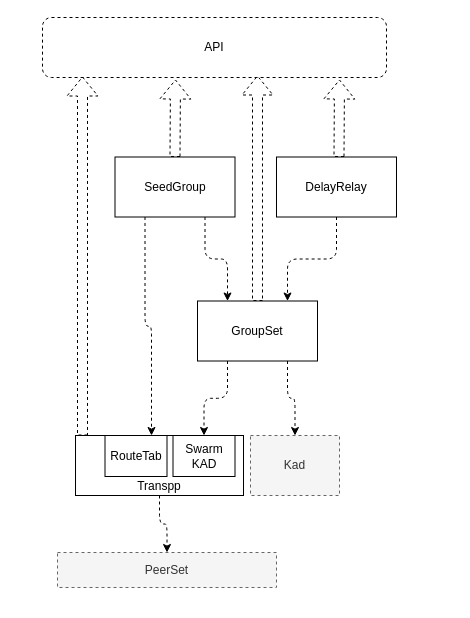
plotozhu/PynxDoc keeps this draw.io diagram as page "Page-5" (5 of 9) of 设计说明/system.drawio. Above is the earlier version. Source tidied: cells renumbered, new cells numbered last; positions are measured from the earlier drawing's top-left corner, leaving out a move shared by most shapes. Both pictures are drawn from the tidied source at 100%, with x=0, y=0 at pixel (42, 17).
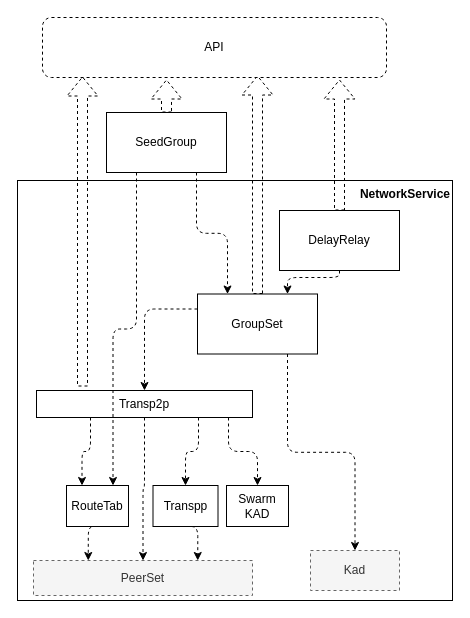
The same diagram, later.

Change to the diagram source:
```diff
@@
+    <mxCell id="21" value="NetworkService" style="rounded=0;whiteSpace=wrap;html=1;fontStyle=1;align=right;verticalAlign=top;" parent="1" vertex="1">
+      <mxGeometry x="-25" y="163" width="435" height="420" as="geometry" />
+    </mxCell>
     <mxCell id="2" value="PeerSet" style="rounded=0;whiteSpace=wrap;html=1;strokeColor=#666666;fillColor=#f5f5f5;align=center;dashed=1;fontColor=#333333;" parent="1" vertex="1">
-      <mxGeometry x="15" y="535" width="219" height="35" as="geometry" />
+      <mxGeometry x="-9" y="543" width="219" height="35" as="geometry" />
     </mxCell>
@@
+    <mxCell id="22" style="edgeStyle=orthogonalEdgeStyle;rounded=1;jettySize=auto;html=1;entryX=0.5;entryY=0;entryDx=0;entryDy=0;startArrow=none;startFill=0;endArrow=classic;endFill=1;dashed=1;exitX=0.75;exitY=1;exitDx=0;exitDy=0;" parent="1" edge="1" source="4" target="26">
+      <mxGeometry relative="1" as="geometry" />
+    </mxCell>
+    <mxCell id="23" style="edgeStyle=orthogonalEdgeStyle;rounded=1;jettySize=auto;html=1;exitX=0.25;exitY=1;exitDx=0;exitDy=0;entryX=0.25;entryY=0;entryDx=0;entryDy=0;dashed=1;startArrow=none;startFill=0;endArrow=classic;endFill=1;" parent="1" edge="1" source="4" target="12">
+      <mxGeometry relative="1" as="geometry" />
+    </mxCell>
-    <mxCell id="4" value="Transpp" style="rounded=0;whiteSpace=wrap;html=1;strokeColor=#000000;fillColor=none;align=center;verticalAlign=bottom;" parent="1" vertex="1">
-      <mxGeometry x="33" y="418" width="168" height="60" as="geometry" />
+    <mxCell id="4" value="Transp2p" style="rounded=0;whiteSpace=wrap;html=1;strokeColor=#000000;fillColor=none;align=center;verticalAlign=top;" parent="1" vertex="1">
+      <mxGeometry x="-6" y="373" width="216" height="27" as="geometry" />
     </mxCell>
     <mxCell id="5" value="Swarm KAD" style="rounded=0;whiteSpace=wrap;html=1;strokeColor=#000000;fillColor=none;align=center;" parent="1" vertex="1">
-      <mxGeometry x="130.5" y="418" width="62" height="41" as="geometry" />
+      <mxGeometry x="184" y="468" width="62" height="41" as="geometry" />
     </mxCell>
-    <mxCell id="6" style="edgeStyle=orthogonalEdgeStyle;rounded=1;jettySize=auto;html=1;exitX=0.25;exitY=1;exitDx=0;exitDy=0;dashed=1;startArrow=none;startFill=0;endArrow=classic;endFill=1;" parent="1" edge="1" source="8" target="5">
+    <mxCell id="6" style="edgeStyle=orthogonalEdgeStyle;rounded=1;jettySize=auto;html=1;exitX=0;exitY=0.25;exitDx=0;exitDy=0;dashed=1;startArrow=none;startFill=0;endArrow=classic;endFill=1;entryX=0.5;entryY=0;entryDx=0;entryDy=0;" parent="1" edge="1" source="8" target="4">
       <mxGeometry relative="1" as="geometry" />
     </mxCell>
@@
     <mxCell id="8" value="GroupSet" style="rounded=0;whiteSpace=wrap;html=1;strokeColor=#000000;fillColor=none;align=center;" parent="1" vertex="1">
-      <mxGeometry x="155" y="283.5" width="120" height="60" as="geometry" />
+      <mxGeometry x="155" y="276.5" width="120" height="60" as="geometry" />
     </mxCell>
@@
     <mxCell id="11" value="SeedGroup" style="rounded=0;whiteSpace=wrap;html=1;strokeColor=#000000;fillColor=none;align=center;" parent="1" vertex="1">
-      <mxGeometry x="72.5" y="139.5" width="120" height="60" as="geometry" />
+      <mxGeometry x="64" y="95" width="120" height="60" as="geometry" />
     </mxCell>
+    <mxCell id="24" style="edgeStyle=orthogonalEdgeStyle;rounded=1;jettySize=auto;html=1;exitX=0.5;exitY=1;exitDx=0;exitDy=0;entryX=0.25;entryY=0;entryDx=0;entryDy=0;dashed=1;startArrow=none;startFill=0;endArrow=classic;endFill=1;" parent="1" edge="1" source="12" target="2">
+      <mxGeometry relative="1" as="geometry" />
+    </mxCell>
     <mxCell id="12" value="RouteTab" style="rounded=0;whiteSpace=wrap;html=1;strokeColor=#000000;fillColor=none;align=center;" parent="1" vertex="1">
-      <mxGeometry x="62.5" y="418" width="62" height="41" as="geometry" />
+      <mxGeometry x="24" y="468" width="62" height="41" as="geometry" />
     </mxCell>
     <mxCell id="13" value="Kad" style="rounded=0;whiteSpace=wrap;html=1;strokeColor=#666666;fillColor=#f5f5f5;align=center;dashed=1;fontColor=#333333;" parent="1" vertex="1">
-      <mxGeometry x="208" y="418" width="89" height="60" as="geometry" />
+      <mxGeometry x="268" y="533" width="89" height="40" as="geometry" />
     </mxCell>
     <mxCell id="14" style="edgeStyle=orthogonalEdgeStyle;rounded=1;jettySize=auto;html=1;exitX=0.5;exitY=1;exitDx=0;exitDy=0;entryX=0.75;entryY=0;entryDx=0;entryDy=0;startArrow=none;startFill=0;endArrow=classic;endFill=1;dashed=1;" parent="1" edge="1" source="15" target="8">
-      <mxGeometry relative="1" as="geometry" />
+      <mxGeometry relative="1" as="geometry">
+        <Array as="points">
+          <mxPoint x="297" y="260" />
+          <mxPoint x="245" y="260" />
+        </Array>
+      </mxGeometry>
     </mxCell>
     <mxCell id="15" value="DelayRelay" style="rounded=0;whiteSpace=wrap;html=1;strokeColor=#000000;fillColor=none;align=center;" parent="1" vertex="1">
-      <mxGeometry x="234" y="139.5" width="120" height="60" as="geometry" />
+      <mxGeometry x="237" y="193" width="120" height="60" as="geometry" />
     </mxCell>
     <mxCell id="16" style="shape=flexArrow;endArrow=classic;html=1;dashed=1;exitX=0.5;exitY=0;exitDx=0;exitDy=0;" parent="1" edge="1" source="11">
       <mxGeometry relative="1" as="geometry">
-        <mxPoint x="133" y="62" as="targetPoint" />
+        <mxPoint x="124" y="62" as="targetPoint" />
       </mxGeometry>
     </mxCell>
@@
-    <mxCell id="18" style="shape=flexArrow;endArrow=classic;html=1;dashed=1;exitX=0.5;exitY=0;exitDx=0;exitDy=0;" parent="1" edge="1">
+    <mxCell id="18" style="shape=flexArrow;endArrow=classic;html=1;dashed=1;exitX=0.5;exitY=0;exitDx=0;exitDy=0;" parent="1" edge="1" source="15">
       <mxGeometry relative="1" as="geometry">
-        <mxPoint x="296.5" y="139.5" as="sourcePoint" />
         <mxPoint x="297" y="62" as="targetPoint" />
       </mxGeometry>
     </mxCell>
@@
-    <mxCell id="20" style="shape=flexArrow;endArrow=classic;html=1;dashed=1;exitX=0.5;exitY=0;exitDx=0;exitDy=0;" parent="1" edge="1">
+    <mxCell id="20" style="shape=flexArrow;endArrow=classic;html=1;dashed=1;exitX=0.213;exitY=-0.148;exitDx=0;exitDy=0;exitPerimeter=0;" parent="1" edge="1" source="4">
       <mxGeometry relative="1" as="geometry">
-        <mxPoint x="40" y="418" as="sourcePoint" />
         <mxPoint x="40" y="59" as="targetPoint" />
       </mxGeometry>
     </mxCell>
+    <mxCell id="25" style="edgeStyle=orthogonalEdgeStyle;rounded=1;jettySize=auto;html=1;exitX=0.5;exitY=1;exitDx=0;exitDy=0;entryX=0.75;entryY=0;entryDx=0;entryDy=0;dashed=1;startArrow=none;startFill=0;endArrow=classic;endFill=1;" parent="1" edge="1" source="26" target="2">
+      <mxGeometry relative="1" as="geometry" />
+    </mxCell>
+    <mxCell id="26" value="Transpp" style="rounded=0;whiteSpace=wrap;html=1;strokeColor=#000000;fillColor=none;align=center;" parent="1" vertex="1">
+      <mxGeometry x="110.5" y="468" width="65" height="41" as="geometry" />
+    </mxCell>
+    <mxCell id="27" style="edgeStyle=orthogonalEdgeStyle;rounded=1;jettySize=auto;html=1;exitX=0.889;exitY=1;exitDx=0;exitDy=0;dashed=1;startArrow=none;startFill=0;endArrow=classic;endFill=1;entryX=0.5;entryY=0;entryDx=0;entryDy=0;exitPerimeter=0;" parent="1" edge="1" source="4" target="5">
+      <mxGeometry relative="1" as="geometry" />
+    </mxCell>
```
